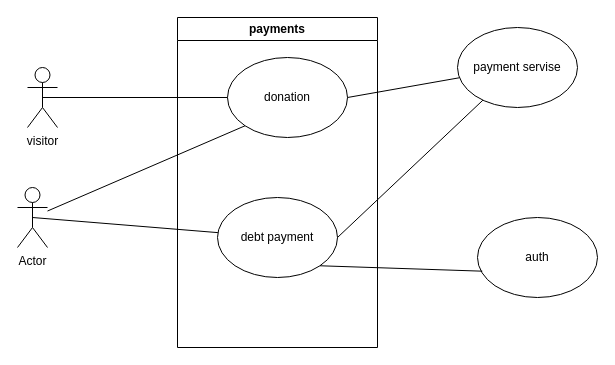
aviram10/kehilat-israel keeps this draw.io diagram as diagrams/usecasePayments.drawio. Above is the earlier version. Source tidied: cells renumbered, new cells numbered last; positions are measured from the earlier drawing's top-left corner, leaving out a move shared by most shapes. Both pictures are drawn from the tidied source at 100%, with x=0, y=0 at pixel (17, 17).
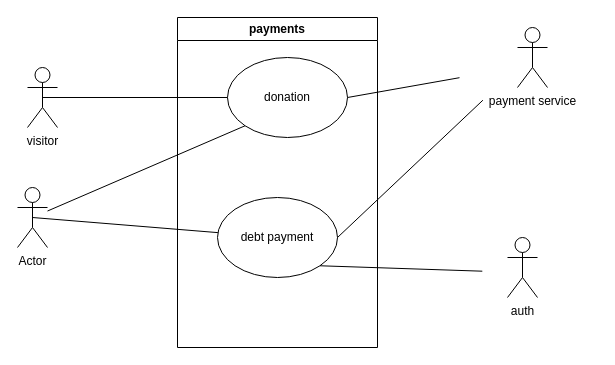
The same diagram, later.

Change to the diagram source:
```diff
@@
 <mxGraphModel>
   <root>
     <mxCell id="0" />
     <mxCell id="1" parent="0" />
     <mxCell id="2" value="payments" style="swimlane;whiteSpace=wrap;html=1;" parent="1" vertex="1">
       <mxGeometry x="160" width="200" height="330" as="geometry" />
     </mxCell>
     <mxCell id="3" value="donation" style="ellipse;whiteSpace=wrap;html=1;" parent="2" vertex="1">
       <mxGeometry x="50" y="40" width="120" height="80" as="geometry" />
     </mxCell>
     <mxCell id="4" value="debt payment" style="ellipse;whiteSpace=wrap;html=1;" parent="2" vertex="1">
       <mxGeometry x="40" y="180" width="120" height="80" as="geometry" />
     </mxCell>
     <mxCell id="5" style="edgeStyle=none;html=1;exitX=0.5;exitY=0.5;exitDx=0;exitDy=0;exitPerimeter=0;endArrow=none;endFill=0;" parent="1" edge="1" source="6" target="3">
       <mxGeometry relative="1" as="geometry" />
     </mxCell>
     <mxCell id="6" value="visitor" style="shape=umlActor;verticalLabelPosition=bottom;verticalAlign=top;html=1;outlineConnect=0;" parent="1" vertex="1">
       <mxGeometry x="10" y="50" width="30" height="60" as="geometry" />
     </mxCell>
-    <mxCell id="7" value="payment servise" style="ellipse;whiteSpace=wrap;html=1;" parent="1" vertex="1">
-      <mxGeometry x="440" y="10" width="120" height="80" as="geometry" />
-    </mxCell>
     <mxCell id="8" style="edgeStyle=none;html=1;entryX=0;entryY=1;entryDx=0;entryDy=0;endArrow=none;endFill=0;" parent="1" edge="1" source="10" target="3">
       <mxGeometry relative="1" as="geometry" />
     </mxCell>
     <mxCell id="9" style="edgeStyle=none;html=1;exitX=0.5;exitY=0.5;exitDx=0;exitDy=0;exitPerimeter=0;endArrow=none;endFill=0;" parent="1" edge="1" source="10" target="4">
       <mxGeometry relative="1" as="geometry" />
     </mxCell>
     <mxCell id="10" value="Actor" style="shape=umlActor;verticalLabelPosition=bottom;verticalAlign=top;html=1;outlineConnect=0;" parent="1" vertex="1">
       <mxGeometry y="170" width="30" height="60" as="geometry" />
     </mxCell>
-    <mxCell id="11" style="edgeStyle=none;html=1;exitX=1;exitY=0.5;exitDx=0;exitDy=0;endArrow=none;endFill=0;" parent="1" edge="1" source="3" target="7">
-      <mxGeometry relative="1" as="geometry" />
+    <mxCell id="11" style="edgeStyle=none;html=1;exitX=1;exitY=0.5;exitDx=0;exitDy=0;endArrow=none;endFill=0;" parent="1" edge="1" source="3">
+      <mxGeometry relative="1" as="geometry">
+        <mxPoint x="442" y="60.2" as="targetPoint" />
+      </mxGeometry>
     </mxCell>
-    <mxCell id="12" style="edgeStyle=none;html=1;exitX=1;exitY=0.5;exitDx=0;exitDy=0;endArrow=none;endFill=0;" parent="1" edge="1" source="4" target="7">
-      <mxGeometry relative="1" as="geometry" />
+    <mxCell id="12" style="edgeStyle=none;html=1;exitX=1;exitY=0.5;exitDx=0;exitDy=0;endArrow=none;endFill=0;" parent="1" edge="1" source="4">
+      <mxGeometry relative="1" as="geometry">
+        <mxPoint x="465.4" y="82.7" as="targetPoint" />
+      </mxGeometry>
     </mxCell>
+    <mxCell id="14" style="edgeStyle=none;html=1;exitX=1;exitY=1;exitDx=0;exitDy=0;entryX=0.04;entryY=0.671;entryDx=0;entryDy=0;entryPerimeter=0;endArrow=none;endFill=0;" parent="1" edge="1" source="4">
+      <mxGeometry relative="1" as="geometry">
+        <mxPoint x="464.8" y="253.7" as="targetPoint" />
+      </mxGeometry>
+    </mxCell>
+    <mxCell id="15" value="payment service" style="shape=umlActor;verticalLabelPosition=bottom;verticalAlign=top;html=1;" parent="1" vertex="1">
+      <mxGeometry x="500" y="10" width="30" height="60" as="geometry" />
+    </mxCell>
-    <mxCell id="13" value="auth" style="ellipse;whiteSpace=wrap;html=1;" parent="1" vertex="1">
-      <mxGeometry x="460" y="200" width="120" height="80" as="geometry" />
+    <mxCell id="13" value="auth" style="shape=umlActor;verticalLabelPosition=bottom;verticalAlign=top;html=1;outlineConnect=0;" parent="1" vertex="1">
+      <mxGeometry x="490" y="220" width="30" height="60" as="geometry" />
     </mxCell>
-    <mxCell id="14" style="edgeStyle=none;html=1;exitX=1;exitY=1;exitDx=0;exitDy=0;entryX=0.04;entryY=0.671;entryDx=0;entryDy=0;entryPerimeter=0;endArrow=none;endFill=0;" parent="1" edge="1" source="4" target="13">
-      <mxGeometry relative="1" as="geometry" />
-    </mxCell>
   </root>
 </mxGraphModel>
```
